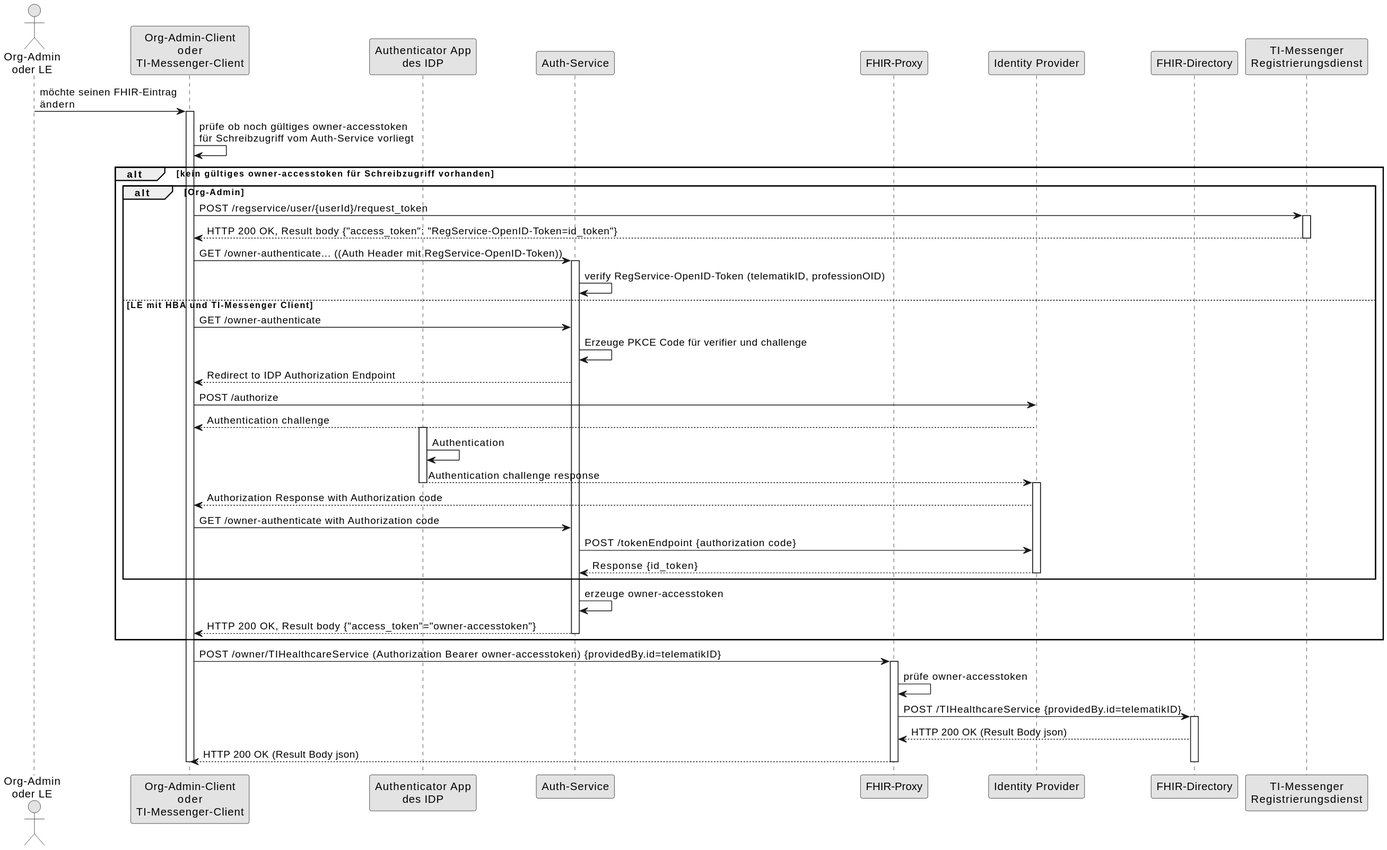
Earlier version of the PlantUML export images/diagrams/architecture/SequenceDiagram.FHIR-Directory.owner.svg (gematik/api-ti-messenger).
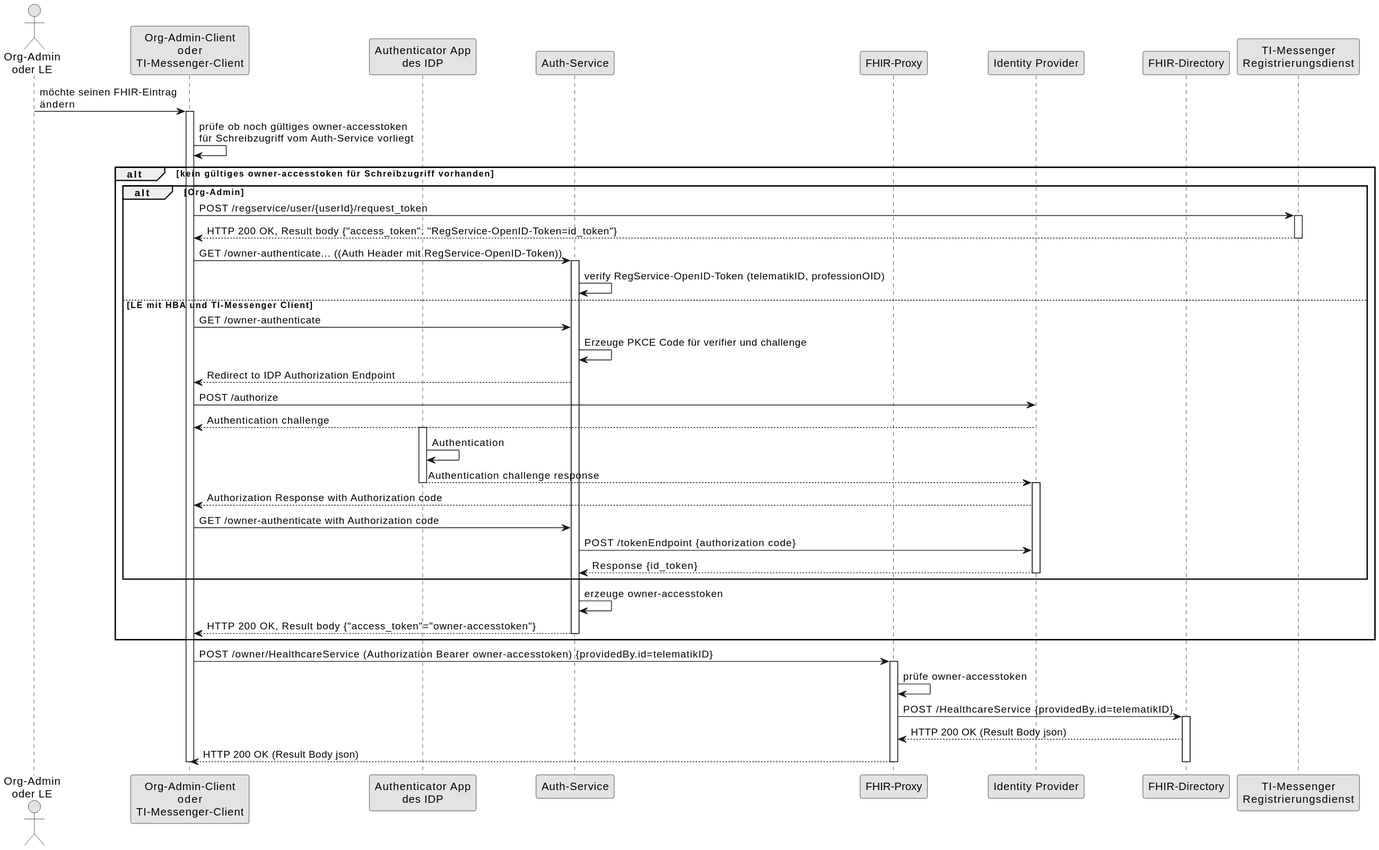
The same file after the commit.

Change to the diagram source:
```diff
@@ -1,4 +1,4 @@
-@startuml FHIR-Directory, Sequenzdiagram Änderung von eigenen -Einträgen
+@startuml
 skinparam dpi 100
 skinparam WrapWidth 200
 skinparam monochrome true
@@ -45,10 +45,10 @@
 au --> cl: HTTP 200 OK, Result body {"access_token"="owner-accesstoken"}
 deactivate au
 end
-cl -> fp: POST /owner/TIHealthcareService (Authorization Bearer owner-accesstoken) {providedBy.id=telematikID}
+cl -> fp: POST /owner/HealthcareService (Authorization Bearer owner-accesstoken) {providedBy.id=telematikID}
 activate fp
 fp -> fp: prüfe owner-accesstoken
-fp -> fd: POST /TIHealthcareService {providedBy.id=telematikID}
+fp -> fd: POST /HealthcareService {providedBy.id=telematikID}
 activate fd
 fd --> fp: HTTP 200 OK (Result Body json)
 fp --> cl: HTTP 200 OK (Result Body json)
```
